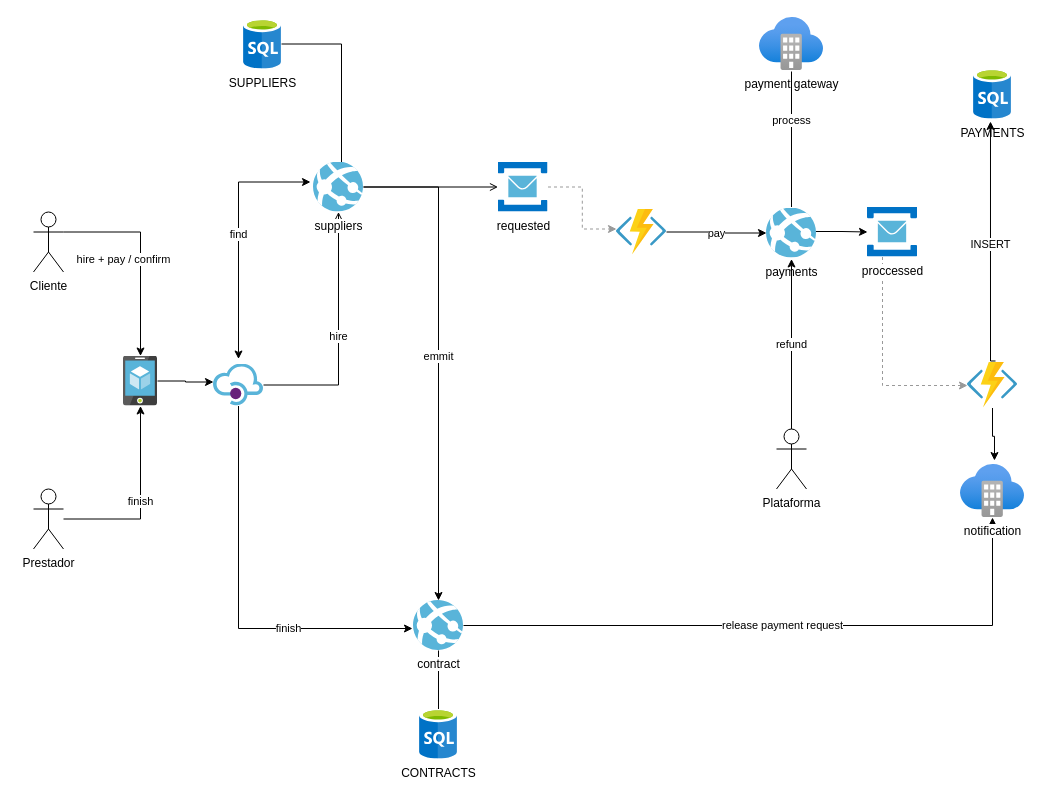
The draw.io diagram page "DAS" (3 of 3) of doc/projeto_integrado.drawio in phduarte/HomeCare, before the edit. Source tidied: cells renumbered, new cells numbered last; positions are measured from the earlier drawing's top-left corner, leaving out a move shared by most shapes. Both pictures are drawn from the tidied source at 100%, with x=0, y=0 at pixel (33, 17).
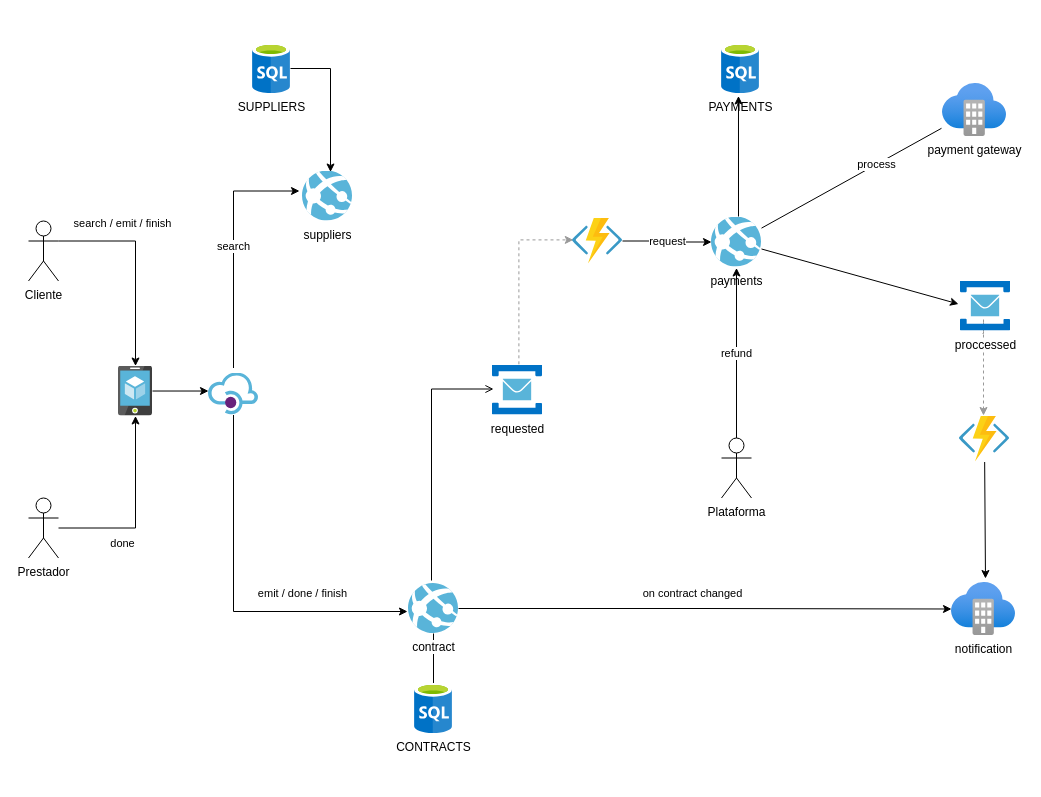
Above is the later version.

Diff of the diagram source:
```diff
@@
     <mxCell id="3" value="Cliente" style="shape=umlActor;verticalLabelPosition=bottom;verticalAlign=top;html=1;outlineConnect=0;" parent="1" vertex="1">
-      <mxGeometry y="194.5" width="30" height="60" as="geometry" />
+      <mxGeometry x="-5" y="203.5" width="30" height="60" as="geometry" />
     </mxCell>
-    <mxCell id="4" value="find" style="edgeStyle=orthogonalEdgeStyle;rounded=0;jettySize=auto;html=1;startArrow=classic;startFill=1;entryX=-0.06;entryY=0.4;entryDx=0;entryDy=0;entryPerimeter=0;" parent="1" edge="1" target="24">
+    <mxCell id="4" value="search" style="edgeStyle=orthogonalEdgeStyle;rounded=0;jettySize=auto;html=1;startArrow=none;startFill=0;entryX=-0.06;entryY=0.4;entryDx=0;entryDy=0;entryPerimeter=0;" parent="1" edge="1" target="24">
       <mxGeometry relative="1" as="geometry">
-        <mxPoint x="205" y="341.5" as="sourcePoint" />
+        <mxPoint x="200" y="350.5" as="sourcePoint" />
         <Array as="points">
-          <mxPoint x="205" y="165" />
+          <mxPoint x="200" y="174" />
         </Array>
       </mxGeometry>
     </mxCell>
     <mxCell id="5" style="sketch=0;html=1;points=[];align=center;image;fontSize=12;image=img/lib/mscae/App_Service_Mobile_App.svg;" parent="1" vertex="1">
-      <mxGeometry x="90" y="338.5" width="34" height="50" as="geometry" />
+      <mxGeometry x="85" y="348.5" width="34" height="50" as="geometry" />
     </mxCell>
-    <mxCell id="6" style="edgeStyle=orthogonalEdgeStyle;rounded=0;jettySize=auto;html=1;entryX=0.56;entryY=0.02;entryDx=0;entryDy=0;entryPerimeter=0;endArrow=none;endFill=0;" parent="1" edge="1" source="33" target="24">
+    <mxCell id="6" style="edgeStyle=orthogonalEdgeStyle;rounded=0;jettySize=auto;html=1;entryX=0.56;entryY=0.02;entryDx=0;entryDy=0;entryPerimeter=0;endArrow=classic;endFill=1;" parent="1" edge="1" source="33" target="24">
       <mxGeometry relative="1" as="geometry" />
     </mxCell>
     <mxCell id="7" value="PAYMENTS" style="sketch=0;html=1;points=[];align=center;image;fontSize=12;image=img/lib/mscae/SQL_Database_generic.svg;" parent="1" vertex="1">
-      <mxGeometry x="940" y="51.5" width="38" height="50" as="geometry" />
+      <mxGeometry x="688" y="26" width="38" height="50" as="geometry" />
     </mxCell>
-    <mxCell id="8" value="INSERT" style="edgeStyle=orthogonalEdgeStyle;rounded=0;jettySize=auto;html=1;exitX=0.56;exitY=-0.022;exitDx=0;exitDy=0;exitPerimeter=0;entryX=0.447;entryY=1.05;entryDx=0;entryDy=0;entryPerimeter=0;" parent="1" edge="1" source="35" target="7">
-      <mxGeometry relative="1" as="geometry">
-        <Array as="points">
-          <mxPoint x="957" y="344" />
-        </Array>
-      </mxGeometry>
+    <mxCell id="8" style="rounded=0;jettySize=auto;html=1;entryX=0.447;entryY=1.05;entryDx=0;entryDy=0;entryPerimeter=0;exitX=0.54;exitY=-0.01;exitDx=0;exitDy=0;exitPerimeter=0;" parent="1" edge="1" source="31" target="7">
+      <mxGeometry relative="1" as="geometry" />
     </mxCell>
-    <mxCell id="9" style="edgeStyle=orthogonalEdgeStyle;rounded=0;jettySize=auto;html=1;exitX=0.98;exitY=0.47;exitDx=0;exitDy=0;exitPerimeter=0;" parent="1" edge="1" source="31" target="21">
+    <mxCell id="9" style="rounded=0;jettySize=auto;html=1;entryX=-0.04;entryY=0.46;entryDx=0;entryDy=0;entryPerimeter=0;" parent="1" edge="1" source="31" target="21">
       <mxGeometry relative="1" as="geometry" />
     </mxCell>
-    <mxCell id="10" value="pay" style="edgeStyle=orthogonalEdgeStyle;rounded=0;jettySize=auto;html=1;startArrow=none;startFill=0;endArrow=classic;endFill=1;" parent="1" edge="1" source="11" target="31">
+    <mxCell id="10" value="request" style="edgeStyle=orthogonalEdgeStyle;rounded=0;jettySize=auto;html=1;startArrow=none;startFill=0;endArrow=classic;endFill=1;" parent="1" edge="1" source="11" target="31">
       <mxGeometry relative="1" as="geometry" />
     </mxCell>
     <mxCell id="11" style="sketch=0;html=1;points=[];align=center;image;fontSize=12;image=img/lib/mscae/Functions.svg;" parent="1" vertex="1">
-      <mxGeometry x="583" y="191.5" width="50" height="46" as="geometry" />
+      <mxGeometry x="539" y="200.5" width="50" height="46" as="geometry" />
     </mxCell>
-    <mxCell id="12" value="hire + pay / confirm" style="edgeStyle=orthogonalEdgeStyle;rounded=0;jettySize=auto;html=1;exitX=1;exitY=0.3333333333333333;exitDx=0;exitDy=0;exitPerimeter=0;" parent="1" edge="1" source="3" target="5">
-      <mxGeometry x="0.03" y="-17" relative="1" as="geometry" />
+    <mxCell id="12" value="search / emit / finish" style="edgeStyle=orthogonalEdgeStyle;rounded=0;jettySize=auto;html=1;exitX=1;exitY=0.3333333333333333;exitDx=0;exitDy=0;exitPerimeter=0;" parent="1" edge="1" source="3" target="5">
+      <mxGeometry x="-0.37" y="18" relative="1" as="geometry" />
     </mxCell>
-    <mxCell id="13" value="hire" style="edgeStyle=orthogonalEdgeStyle;rounded=0;jettySize=auto;html=1;startArrow=none;startFill=0;endArrow=open;endFill=0;" parent="1" edge="1" source="15" target="24">
-      <mxGeometry relative="1" as="geometry" />
-    </mxCell>
-    <mxCell id="14" value="finish" style="edgeStyle=orthogonalEdgeStyle;rounded=0;jettySize=auto;html=1;entryX=-0.02;entryY=0.56;entryDx=0;entryDy=0;entryPerimeter=0;startArrow=none;startFill=0;endArrow=classic;endFill=1;" parent="1" edge="1" source="15" target="28">
-      <mxGeometry x="0.37" relative="1" as="geometry">
+    <mxCell id="14" value="emit / done / finish" style="edgeStyle=orthogonalEdgeStyle;rounded=0;jettySize=auto;html=1;entryX=-0.02;entryY=0.56;entryDx=0;entryDy=0;entryPerimeter=0;startArrow=none;startFill=0;endArrow=classic;endFill=1;" parent="1" edge="1" source="15" target="28">
+      <mxGeometry x="0.43" y="18" relative="1" as="geometry">
         <Array as="points">
-          <mxPoint x="205" y="611.5" />
+          <mxPoint x="200" y="594" />
         </Array>
       </mxGeometry>
     </mxCell>
     <mxCell id="15" style="sketch=0;html=1;points=[];align=center;image;fontSize=12;image=img/lib/mscae/API_Management.svg;" parent="1" vertex="1">
-      <mxGeometry x="180" y="346.5" width="50" height="42" as="geometry" />
+      <mxGeometry x="175" y="355.5" width="50" height="42" as="geometry" />
     </mxCell>
-    <mxCell id="16" style="edgeStyle=orthogonalEdgeStyle;rounded=0;jettySize=auto;html=1;entryX=0;entryY=0.435;entryDx=0;entryDy=0;entryPerimeter=0;dashed=1;jumpStyle=arc;strokeWidth=1;strokeColor=#999999;" parent="1" edge="1" source="17" target="11">
-      <mxGeometry relative="1" as="geometry" />
+    <mxCell id="16" style="edgeStyle=orthogonalEdgeStyle;rounded=0;jettySize=auto;html=1;entryX=0.016;entryY=0.476;entryDx=0;entryDy=0;entryPerimeter=0;dashed=1;jumpStyle=arc;strokeWidth=1;strokeColor=#999999;exitX=0.528;exitY=-0.014;exitDx=0;exitDy=0;exitPerimeter=0;" parent="1" edge="1" source="17" target="11">
+      <mxGeometry relative="1" as="geometry">
+        <Array as="points">
+          <mxPoint x="485" y="222" />
+          <mxPoint x="540" y="222" />
+        </Array>
+      </mxGeometry>
     </mxCell>
     <mxCell id="17" value="requested" style="sketch=0;html=1;points=[];align=center;image;fontSize=12;image=img/lib/mscae/Service_Bus.svg;" parent="1" vertex="1">
-      <mxGeometry x="464.5" y="144.5" width="50" height="50" as="geometry" />
+      <mxGeometry x="459" y="347.5" width="50" height="50" as="geometry" />
     </mxCell>
-    <mxCell id="18" value="finish" style="edgeStyle=orthogonalEdgeStyle;rounded=0;jettySize=auto;html=1;startArrow=none;startFill=0;endArrow=classic;endFill=1;" parent="1" edge="1" source="19" target="5">
-      <mxGeometry relative="1" as="geometry" />
+    <mxCell id="18" value="done" style="edgeStyle=orthogonalEdgeStyle;rounded=0;jettySize=auto;html=1;startArrow=none;startFill=0;endArrow=classic;endFill=1;" parent="1" edge="1" source="19" target="5">
+      <mxGeometry x="-0.32" y="-15" relative="1" as="geometry" />
     </mxCell>
     <mxCell id="19" value="Prestador" style="shape=umlActor;verticalLabelPosition=bottom;verticalAlign=top;html=1;outlineConnect=0;" parent="1" vertex="1">
-      <mxGeometry y="471.5" width="30" height="60" as="geometry" />
+      <mxGeometry x="-5" y="480.5" width="30" height="60" as="geometry" />
     </mxCell>
-    <mxCell id="20" style="edgeStyle=orthogonalEdgeStyle;rounded=0;jettySize=auto;html=1;startArrow=none;startFill=0;endArrow=classic;endFill=1;strokeColor=#999999;dashed=1;" parent="1" edge="1" source="21" target="35">
+    <mxCell id="20" style="edgeStyle=orthogonalEdgeStyle;rounded=0;jettySize=auto;html=1;startArrow=none;startFill=0;endArrow=classic;endFill=1;strokeColor=#999999;dashed=1;exitX=0.44;exitY=1.05;exitDx=0;exitDy=0;exitPerimeter=0;entryX=0.48;entryY=-0.011;entryDx=0;entryDy=0;entryPerimeter=0;" parent="1" edge="1" source="21" target="35">
       <mxGeometry relative="1" as="geometry">
         <Array as="points">
-          <mxPoint x="849" y="368" />
+          <mxPoint x="950" y="302" />
+          <mxPoint x="950" y="302" />
         </Array>
       </mxGeometry>
     </mxCell>
     <mxCell id="21" value="proccessed" style="sketch=0;html=1;points=[];align=center;image;fontSize=12;image=img/lib/mscae/Service_Bus.svg;" parent="1" vertex="1">
-      <mxGeometry x="834" y="189.5" width="50" height="50" as="geometry" />
+      <mxGeometry x="927" y="263.5" width="50" height="50" as="geometry" />
     </mxCell>
-    <mxCell id="22" style="edgeStyle=none;rounded=0;jettySize=auto;html=1;startArrow=none;startFill=0;endArrow=open;endFill=0;" parent="1" edge="1" source="24" target="17">
-      <mxGeometry relative="1" as="geometry" />
+    <mxCell id="22" style="edgeStyle=orthogonalEdgeStyle;rounded=0;jettySize=auto;html=1;startArrow=none;startFill=0;endArrow=open;endFill=0;exitX=0.46;exitY=-0.06;exitDx=0;exitDy=0;exitPerimeter=0;entryX=0.02;entryY=0.48;entryDx=0;entryDy=0;entryPerimeter=0;" parent="1" edge="1" source="28" target="17">
+      <mxGeometry relative="1" as="geometry">
+        <Array as="points">
+          <mxPoint x="398" y="372" />
+          <mxPoint x="460" y="372" />
+        </Array>
+      </mxGeometry>
     </mxCell>
-    <mxCell id="23" value="emmit" style="edgeStyle=orthogonalEdgeStyle;rounded=0;jumpStyle=arc;jettySize=auto;html=1;startArrow=none;startFill=0;endArrow=classic;endFill=1;strokeColor=#000000;strokeWidth=1;" parent="1" edge="1" source="24" target="28">
-      <mxGeometry relative="1" as="geometry" />
-    </mxCell>
     <mxCell id="24" value="suppliers" style="sketch=0;html=1;points=[];align=center;image;fontSize=12;image=img/lib/mscae/App_Services.svg;" parent="1" vertex="1">
-      <mxGeometry x="280" y="144.5" width="50" height="50" as="geometry" />
+      <mxGeometry x="269" y="153.5" width="50" height="50" as="geometry" />
     </mxCell>
     <mxCell id="25" value="payment gateway" style="html=1;points=[];align=center;image;fontSize=12;image=img/lib/azure2/integration/Software_as_a_Service.svg;" parent="1" vertex="1">
-      <mxGeometry x="726" width="64" height="53" as="geometry" />
+      <mxGeometry x="909" y="66" width="64" height="53" as="geometry" />
     </mxCell>
@@
-    <mxCell id="27" value="release payment request" style="edgeStyle=orthogonalEdgeStyle;rounded=0;jettySize=auto;html=1;startArrow=none;startFill=0;endArrow=classic;endFill=1;" parent="1" edge="1" source="28" target="29">
-      <mxGeometry relative="1" as="geometry" />
+    <mxCell id="27" value="on contract changed" style="edgeStyle=orthogonalEdgeStyle;rounded=0;jettySize=auto;html=1;startArrow=none;startFill=0;endArrow=classic;endFill=1;" parent="1" edge="1" source="28" target="29">
+      <mxGeometry x="-0.05" y="15" relative="1" as="geometry" />
     </mxCell>
     <mxCell id="28" value="contract" style="sketch=0;html=1;points=[];align=center;image;fontSize=12;image=img/lib/mscae/App_Services.svg;" parent="1" vertex="1">
-      <mxGeometry x="380" y="583" width="50" height="50" as="geometry" />
+      <mxGeometry x="375" y="566" width="50" height="50" as="geometry" />
     </mxCell>
     <mxCell id="29" value="notification" style="html=1;points=[];align=center;image;fontSize=12;image=img/lib/azure2/integration/Software_as_a_Service.svg;" parent="1" vertex="1">
-      <mxGeometry x="927" y="447" width="64" height="53" as="geometry" />
+      <mxGeometry x="918" y="565" width="64" height="53" as="geometry" />
     </mxCell>
-    <mxCell id="30" value="process" style="edgeStyle=orthogonalEdgeStyle;rounded=0;jettySize=auto;html=1;startArrow=none;startFill=0;endArrow=none;endFill=0;exitX=0.5;exitY=-0.02;exitDx=0;exitDy=0;exitPerimeter=0;targetPerimeterSpacing=1;" parent="1" edge="1" source="31" target="25">
+    <mxCell id="30" value="process" style="rounded=0;jettySize=auto;html=1;startArrow=none;startFill=0;endArrow=none;endFill=0;targetPerimeterSpacing=1;" parent="1" edge="1" source="31" target="25">
       <mxGeometry x="0.28" relative="1" as="geometry" />
     </mxCell>
     <mxCell id="31" value="payments" style="sketch=0;html=1;points=[];align=center;image;fontSize=12;image=img/lib/mscae/App_Services.svg;" parent="1" vertex="1">
-      <mxGeometry x="733" y="190.5" width="50" height="50" as="geometry" />
+      <mxGeometry x="678" y="199.5" width="50" height="50" as="geometry" />
     </mxCell>
     <mxCell id="32" value="CONTRACTS" style="sketch=0;html=1;points=[];align=center;image;fontSize=12;image=img/lib/mscae/SQL_Database_generic.svg;" parent="1" vertex="1">
-      <mxGeometry x="386" y="691.5" width="38" height="50" as="geometry" />
+      <mxGeometry x="381" y="666" width="38" height="50" as="geometry" />
     </mxCell>
     <mxCell id="33" value="SUPPLIERS" style="sketch=0;html=1;points=[];align=center;image;fontSize=12;image=img/lib/mscae/SQL_Database_generic.svg;" parent="1" vertex="1">
-      <mxGeometry x="210" y="1.5" width="38" height="50" as="geometry" />
+      <mxGeometry x="219" y="26" width="38" height="50" as="geometry" />
     </mxCell>
-    <mxCell id="34" style="edgeStyle=orthogonalEdgeStyle;rounded=0;jettySize=auto;html=1;entryX=0.531;entryY=-0.075;entryDx=0;entryDy=0;entryPerimeter=0;startArrow=none;startFill=0;endArrow=classic;endFill=1;" parent="1" edge="1" source="35" target="29">
+    <mxCell id="34" style="rounded=0;jettySize=auto;html=1;entryX=0.531;entryY=-0.075;entryDx=0;entryDy=0;entryPerimeter=0;startArrow=none;startFill=0;endArrow=classic;endFill=1;" parent="1" edge="1" source="35" target="29">
       <mxGeometry relative="1" as="geometry" />
     </mxCell>
     <mxCell id="35" style="sketch=0;html=1;points=[];align=center;image;fontSize=12;image=img/lib/mscae/Functions.svg;" parent="1" vertex="1">
-      <mxGeometry x="934" y="344.5" width="50" height="46" as="geometry" />
+      <mxGeometry x="926" y="398.5" width="50" height="46" as="geometry" />
     </mxCell>
@@
     <mxCell id="37" value="Plataforma" style="shape=umlActor;verticalLabelPosition=bottom;verticalAlign=top;html=1;outlineConnect=0;" parent="1" vertex="1">
-      <mxGeometry x="743" y="411.5" width="30" height="60" as="geometry" />
+      <mxGeometry x="688" y="420.5" width="30" height="60" as="geometry" />
     </mxCell>
```
